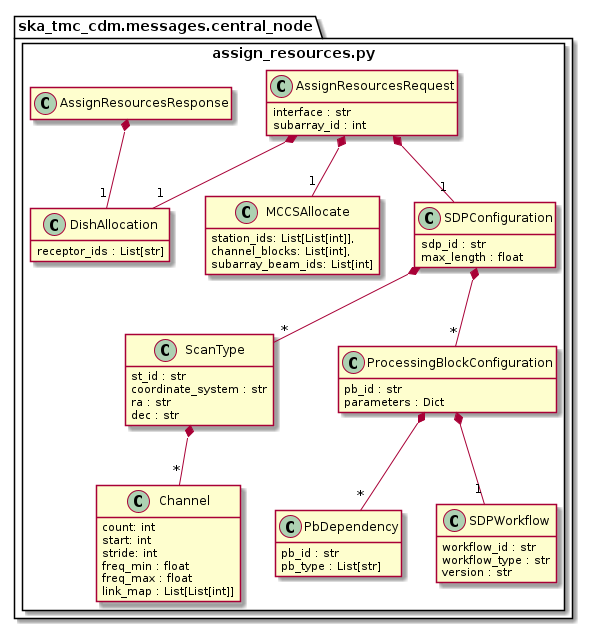
This is docs/src/developer/centralnode/assignresources.png from ska-telescope/cdm-shared-library, a PlantUML export, as it was before one commit.
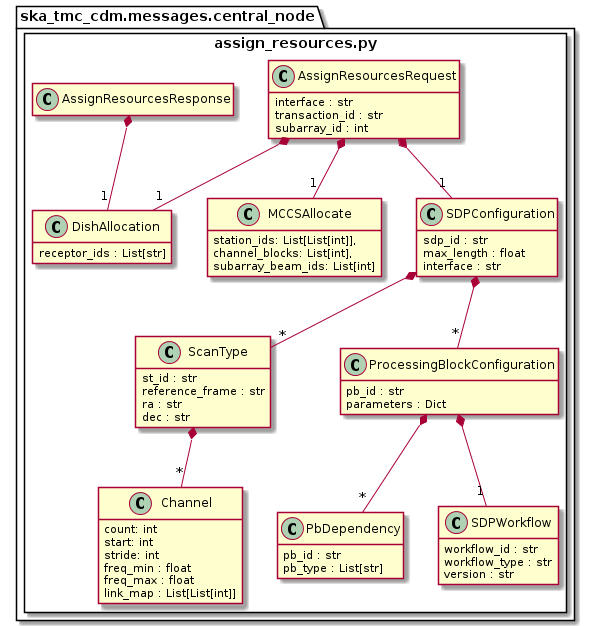
After the commit.

Change to the diagram source:
```diff
@@ -24,7 +24,7 @@
 
         class ScanType {
             st_id : str
-            coordinate_system : str
+            reference_frame : str
             ra : str
             dec : str
         }
@@ -51,12 +51,14 @@
         class SDPConfiguration {
             sdp_id : str
             max_length : float
+            interface : str
         }
         SDPConfiguration *-- "*" ScanType
         SDPConfiguration *-- "*" ProcessingBlockConfiguration
 
         class AssignResourcesRequest {
             interface : str
+            transaction_id : str
             subarray_id : int
         }
 
@@ -68,5 +70,4 @@
         AssignResourcesResponse *-- "1" DishAllocation
 	}
 }
-
 @enduml
```
